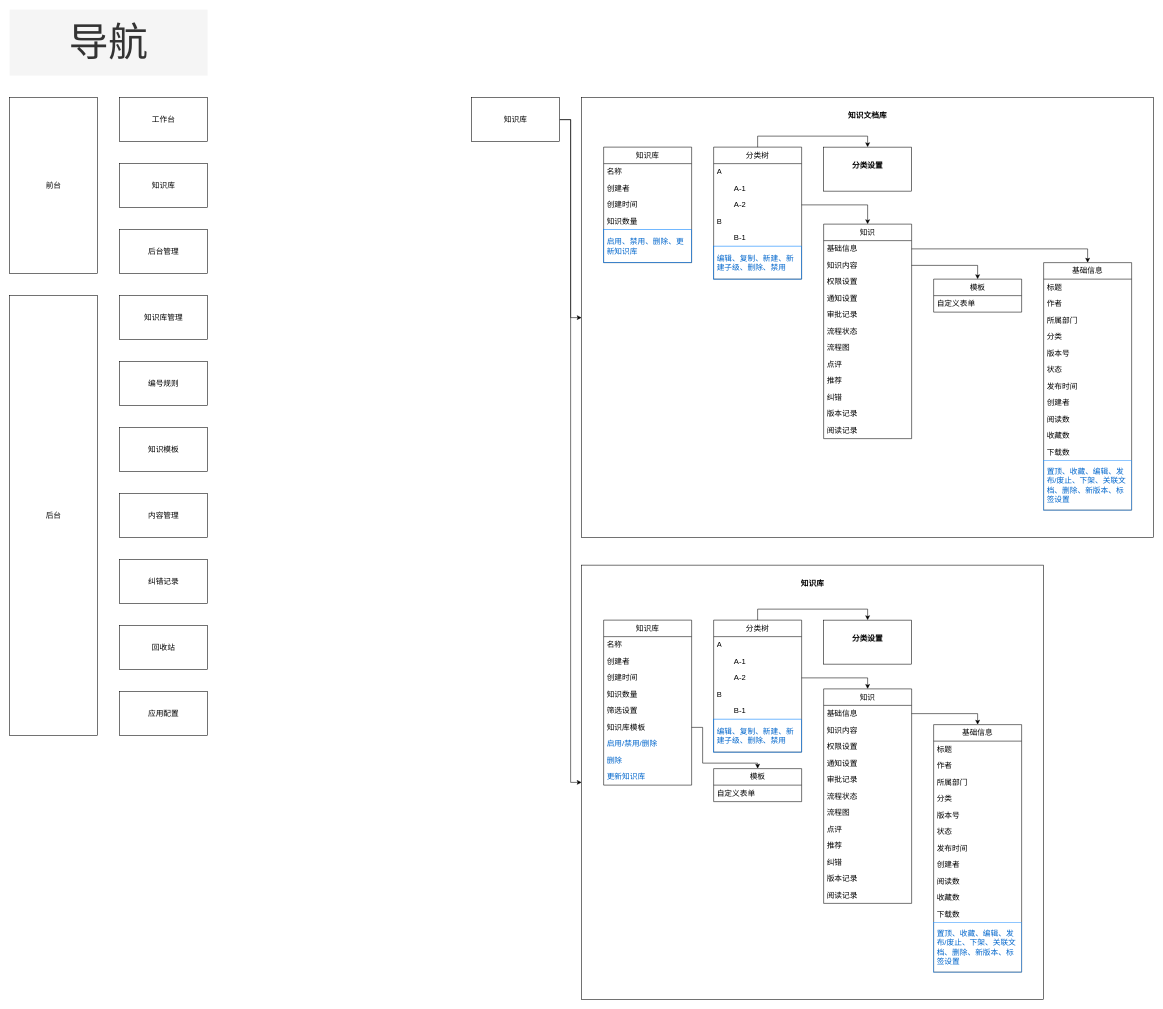
ottopan/drawforme keeps this draw.io diagram as 未命名绘图.drawio. Above is the earlier version. Source tidied: cells renumbered, new cells numbered last; positions are measured from the earlier drawing's top-left corner, leaving out a move shared by most shapes. Both pictures are drawn from the tidied source at 55%, with x=0, y=0 at pixel (9, 9).
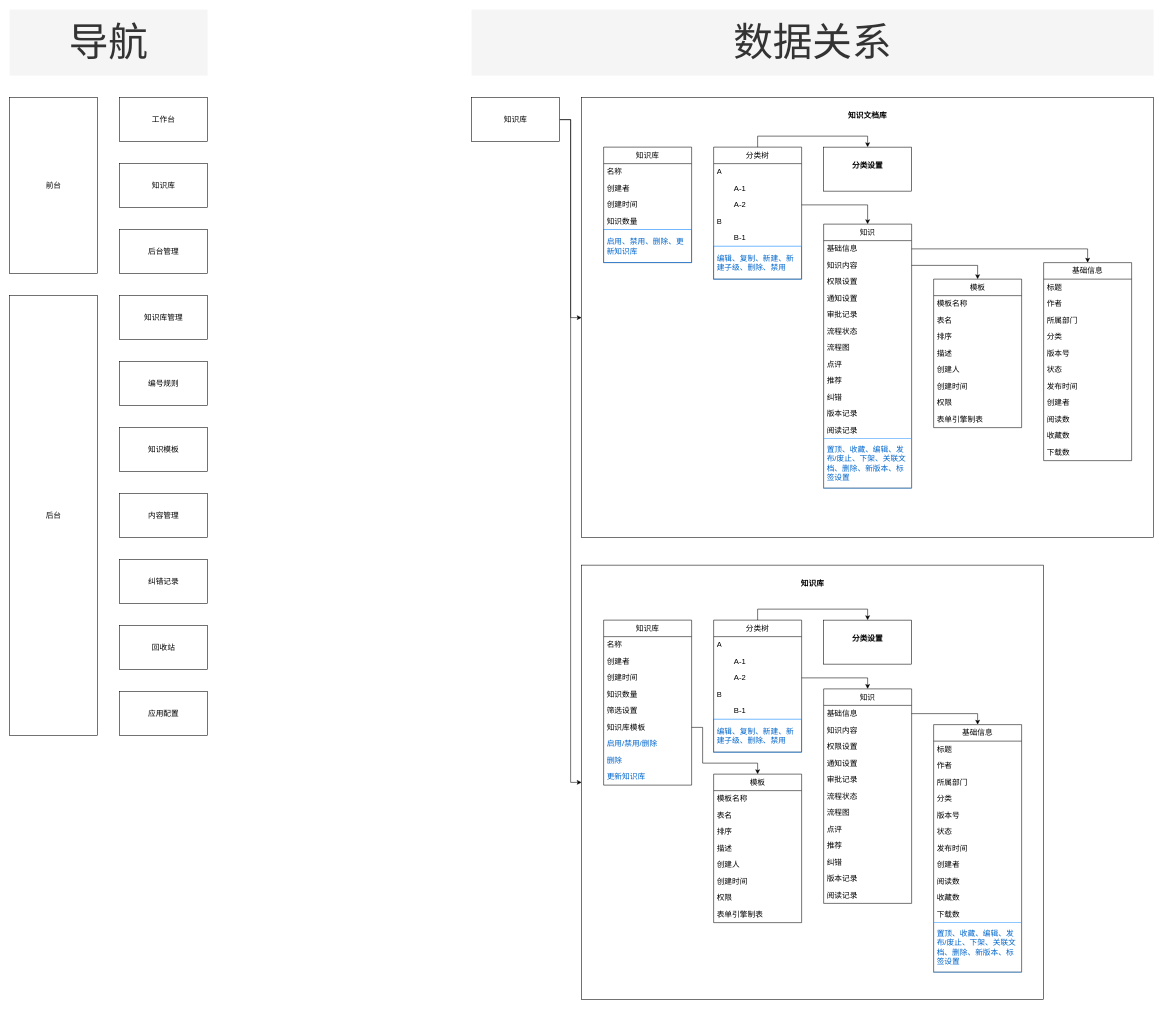
After the change.

Commit message:
更新未命名绘图.drawio

The change refers to these unchanged cells:
```xml
<mxCell id="16" value="知识文档库" style="rounded=0;whiteSpace=wrap;html=1;fontSize=14;strokeColor=default;align=center;verticalAlign=top;spacing=20;fontFamily=Helvetica;fontColor=default;fillColor=default;fontStyle=1;" parent="1" vertex="1">
  <mxGeometry x="1040" y="160" width="1040" height="800" as="geometry" />
</mxCell>
<mxCell id="63" value="知识库" style="rounded=0;whiteSpace=wrap;html=1;fontSize=14;strokeColor=default;align=center;verticalAlign=top;spacing=20;fontFamily=Helvetica;fontColor=default;fillColor=default;fontStyle=1;" parent="1" vertex="1">
  <mxGeometry x="1040" y="1010" width="840" height="790" as="geometry" />
</mxCell>
<mxCell id="70" value="知识库模板" style="text;strokeColor=none;fillColor=none;align=left;verticalAlign=middle;spacingLeft=4;spacingRight=4;overflow=hidden;points=[[0,0.5],[1,0.5]];portConstraint=eastwest;whiteSpace=wrap;html=1;fontFamily=Helvetica;fontSize=14;fontColor=default;" parent="64" vertex="1">
  <mxGeometry y="180" width="160" height="30" as="geometry" />
</mxCell>
```

Diff of the diagram source:
```diff
@@
     <mxCell id="32" value="知识" style="swimlane;fontStyle=0;horizontal=1;startSize=30;whiteSpace=wrap;html=1;rounded=0;strokeColor=default;align=center;verticalAlign=middle;fontFamily=Helvetica;fontSize=14;fontColor=default;fillColor=default;" parent="16" vertex="1">
-      <mxGeometry x="440" y="230" width="160" height="390" as="geometry" />
+      <mxGeometry x="440" y="230" width="160" height="480" as="geometry" />
     </mxCell>
@@
+    <mxCell id="57" value="置顶、收藏、编辑、发布/废止、下架、关联文档、删除、新版本、标签设置&lt;span style=&quot;white-space: pre;&quot;&gt;&#9;&lt;/span&gt;" style="text;strokeColor=#3399FF;fillColor=none;align=left;verticalAlign=middle;spacingLeft=4;spacingRight=4;overflow=hidden;whiteSpace=wrap;html=1;fontFamily=Helvetica;fontSize=14;fontColor=#0066CC;" parent="32" vertex="1">
+      <mxGeometry y="390" width="160" height="90" as="geometry" />
+    </mxCell>
     <mxCell id="45" value="基础信息" style="swimlane;fontStyle=0;horizontal=1;startSize=30;whiteSpace=wrap;html=1;rounded=0;strokeColor=default;align=center;verticalAlign=middle;fontFamily=Helvetica;fontSize=14;fontColor=default;fillColor=default;" parent="16" vertex="1">
-      <mxGeometry x="840" y="300" width="160" height="450" as="geometry" />
+      <mxGeometry x="840" y="300" width="160" height="360" as="geometry" />
     </mxCell>
@@
-    <mxCell id="57" value="置顶、收藏、编辑、发布/废止、下架、关联文档、删除、新版本、标签设置&lt;span style=&quot;white-space: pre;&quot;&gt;&#9;&lt;/span&gt;" style="text;strokeColor=#3399FF;fillColor=none;align=left;verticalAlign=middle;spacingLeft=4;spacingRight=4;overflow=hidden;whiteSpace=wrap;html=1;fontFamily=Helvetica;fontSize=14;fontColor=#0066CC;" parent="45" vertex="1">
-      <mxGeometry y="360" width="160" height="90" as="geometry" />
-    </mxCell>
@@
     <mxCell id="59" value="模板" style="swimlane;fontStyle=0;horizontal=1;startSize=30;whiteSpace=wrap;html=1;rounded=0;strokeColor=default;align=center;verticalAlign=middle;fontFamily=Helvetica;fontSize=14;fontColor=default;fillColor=default;" parent="16" vertex="1">
-      <mxGeometry x="640" y="330" width="160" height="60" as="geometry" />
+      <mxGeometry x="640" y="330" width="160" height="270" as="geometry" />
     </mxCell>
-    <mxCell id="60" value="自定义表单" style="text;strokeColor=none;fillColor=none;align=left;verticalAlign=middle;spacingLeft=4;spacingRight=4;overflow=hidden;whiteSpace=wrap;html=1;fontFamily=Helvetica;fontSize=14;fontColor=default;" parent="59" vertex="1">
+    <mxCell id="60" value="模板名称" style="text;strokeColor=none;fillColor=none;align=left;verticalAlign=middle;spacingLeft=4;spacingRight=4;overflow=hidden;whiteSpace=wrap;html=1;fontFamily=Helvetica;fontSize=14;fontColor=default;" parent="59" vertex="1">
       <mxGeometry y="30" width="160" height="30" as="geometry" />
     </mxCell>
+    <mxCell id="116" value="表名" style="text;strokeColor=none;fillColor=none;align=left;verticalAlign=middle;spacingLeft=4;spacingRight=4;overflow=hidden;whiteSpace=wrap;html=1;fontFamily=Helvetica;fontSize=14;fontColor=default;" parent="59" vertex="1">
+      <mxGeometry y="60" width="160" height="30" as="geometry" />
+    </mxCell>
+    <mxCell id="117" value="排序" style="text;strokeColor=none;fillColor=none;align=left;verticalAlign=middle;spacingLeft=4;spacingRight=4;overflow=hidden;whiteSpace=wrap;html=1;fontFamily=Helvetica;fontSize=14;fontColor=default;" parent="59" vertex="1">
+      <mxGeometry y="90" width="160" height="30" as="geometry" />
+    </mxCell>
+    <mxCell id="118" value="描述" style="text;strokeColor=none;fillColor=none;align=left;verticalAlign=middle;spacingLeft=4;spacingRight=4;overflow=hidden;whiteSpace=wrap;html=1;fontFamily=Helvetica;fontSize=14;fontColor=default;" parent="59" vertex="1">
+      <mxGeometry y="120" width="160" height="30" as="geometry" />
+    </mxCell>
+    <mxCell id="119" value="创建人" style="text;strokeColor=none;fillColor=none;align=left;verticalAlign=middle;spacingLeft=4;spacingRight=4;overflow=hidden;whiteSpace=wrap;html=1;fontFamily=Helvetica;fontSize=14;fontColor=default;" parent="59" vertex="1">
+      <mxGeometry y="150" width="160" height="30" as="geometry" />
+    </mxCell>
+    <mxCell id="120" value="创建时间" style="text;strokeColor=none;fillColor=none;align=left;verticalAlign=middle;spacingLeft=4;spacingRight=4;overflow=hidden;whiteSpace=wrap;html=1;fontFamily=Helvetica;fontSize=14;fontColor=default;" parent="59" vertex="1">
+      <mxGeometry y="180" width="160" height="30" as="geometry" />
+    </mxCell>
+    <mxCell id="121" value="权限" style="text;strokeColor=none;fillColor=none;align=left;verticalAlign=middle;spacingLeft=4;spacingRight=4;overflow=hidden;whiteSpace=wrap;html=1;fontFamily=Helvetica;fontSize=14;fontColor=default;" parent="59" vertex="1">
+      <mxGeometry y="210" width="160" height="30" as="geometry" />
+    </mxCell>
+    <mxCell id="122" value="表单引擎制表" style="text;strokeColor=none;fillColor=none;align=left;verticalAlign=middle;spacingLeft=4;spacingRight=4;overflow=hidden;whiteSpace=wrap;html=1;fontFamily=Helvetica;fontSize=14;fontColor=default;" parent="59" vertex="1">
+      <mxGeometry y="240" width="160" height="30" as="geometry" />
+    </mxCell>
@@
-    <mxCell id="109" value="模板" style="swimlane;fontStyle=0;horizontal=1;startSize=30;whiteSpace=wrap;html=1;rounded=0;strokeColor=default;align=center;verticalAlign=middle;fontFamily=Helvetica;fontSize=14;fontColor=default;fillColor=default;" parent="63" vertex="1">
-      <mxGeometry x="240" y="370" width="160" height="60" as="geometry" />
-    </mxCell>
-    <mxCell id="110" value="自定义表单" style="text;strokeColor=none;fillColor=none;align=left;verticalAlign=middle;spacingLeft=4;spacingRight=4;overflow=hidden;whiteSpace=wrap;html=1;fontFamily=Helvetica;fontSize=14;fontColor=default;" parent="109" vertex="1">
-      <mxGeometry y="30" width="160" height="30" as="geometry" />
-    </mxCell>
@@
-    <mxCell id="112" style="edgeStyle=orthogonalEdgeStyle;rounded=0;jettySize=auto;html=1;entryX=0.5;entryY=0;entryDx=0;entryDy=0;fontFamily=Helvetica;fontSize=14;fontColor=default;exitX=1;exitY=0.5;exitDx=0;exitDy=0;" parent="63" edge="1" source="70" target="109">
+    <mxCell id="112" style="edgeStyle=orthogonalEdgeStyle;rounded=0;jettySize=auto;html=1;fontFamily=Helvetica;fontSize=14;fontColor=default;exitX=1;exitY=0.5;exitDx=0;exitDy=0;entryX=0.5;entryY=0;entryDx=0;entryDy=0;" parent="63" edge="1" source="70" target="109">
       <mxGeometry relative="1" as="geometry">
         <Array as="points">
           <mxPoint x="220" y="295" />
           <mxPoint x="220" y="360" />
           <mxPoint x="320" y="360" />
         </Array>
       </mxGeometry>
     </mxCell>
@@
+    <mxCell id="109" value="模板" style="swimlane;fontStyle=0;horizontal=1;startSize=30;whiteSpace=wrap;html=1;rounded=0;strokeColor=default;align=center;verticalAlign=middle;fontFamily=Helvetica;fontSize=14;fontColor=default;fillColor=default;" parent="63" vertex="1">
+      <mxGeometry x="240" y="380" width="160" height="270" as="geometry" />
+    </mxCell>
+    <mxCell id="123" value="模板名称" style="text;strokeColor=none;fillColor=none;align=left;verticalAlign=middle;spacingLeft=4;spacingRight=4;overflow=hidden;whiteSpace=wrap;html=1;fontFamily=Helvetica;fontSize=14;fontColor=default;" parent="109" vertex="1">
+      <mxGeometry y="30" width="160" height="30" as="geometry" />
+    </mxCell>
+    <mxCell id="124" value="表名" style="text;strokeColor=none;fillColor=none;align=left;verticalAlign=middle;spacingLeft=4;spacingRight=4;overflow=hidden;whiteSpace=wrap;html=1;fontFamily=Helvetica;fontSize=14;fontColor=default;" parent="109" vertex="1">
+      <mxGeometry y="60" width="160" height="30" as="geometry" />
+    </mxCell>
+    <mxCell id="125" value="排序" style="text;strokeColor=none;fillColor=none;align=left;verticalAlign=middle;spacingLeft=4;spacingRight=4;overflow=hidden;whiteSpace=wrap;html=1;fontFamily=Helvetica;fontSize=14;fontColor=default;" parent="109" vertex="1">
+      <mxGeometry y="90" width="160" height="30" as="geometry" />
+    </mxCell>
+    <mxCell id="126" value="描述" style="text;strokeColor=none;fillColor=none;align=left;verticalAlign=middle;spacingLeft=4;spacingRight=4;overflow=hidden;whiteSpace=wrap;html=1;fontFamily=Helvetica;fontSize=14;fontColor=default;" parent="109" vertex="1">
+      <mxGeometry y="120" width="160" height="30" as="geometry" />
+    </mxCell>
+    <mxCell id="127" value="创建人" style="text;strokeColor=none;fillColor=none;align=left;verticalAlign=middle;spacingLeft=4;spacingRight=4;overflow=hidden;whiteSpace=wrap;html=1;fontFamily=Helvetica;fontSize=14;fontColor=default;" parent="109" vertex="1">
+      <mxGeometry y="150" width="160" height="30" as="geometry" />
+    </mxCell>
+    <mxCell id="128" value="创建时间" style="text;strokeColor=none;fillColor=none;align=left;verticalAlign=middle;spacingLeft=4;spacingRight=4;overflow=hidden;whiteSpace=wrap;html=1;fontFamily=Helvetica;fontSize=14;fontColor=default;" parent="109" vertex="1">
+      <mxGeometry y="180" width="160" height="30" as="geometry" />
+    </mxCell>
+    <mxCell id="129" value="权限" style="text;strokeColor=none;fillColor=none;align=left;verticalAlign=middle;spacingLeft=4;spacingRight=4;overflow=hidden;whiteSpace=wrap;html=1;fontFamily=Helvetica;fontSize=14;fontColor=default;" parent="109" vertex="1">
+      <mxGeometry y="210" width="160" height="30" as="geometry" />
+    </mxCell>
+    <mxCell id="130" value="表单引擎制表" style="text;strokeColor=none;fillColor=none;align=left;verticalAlign=middle;spacingLeft=4;spacingRight=4;overflow=hidden;whiteSpace=wrap;html=1;fontFamily=Helvetica;fontSize=14;fontColor=default;" parent="109" vertex="1">
+      <mxGeometry y="240" width="160" height="30" as="geometry" />
+    </mxCell>
@@
+    <mxCell id="131" value="数据关系" style="rounded=0;whiteSpace=wrap;html=1;fontSize=72;strokeColor=none;fillColor=#f5f5f5;fontColor=#333333;" parent="1" vertex="1">
+      <mxGeometry x="840" width="1240" height="120" as="geometry" />
+    </mxCell>
```
